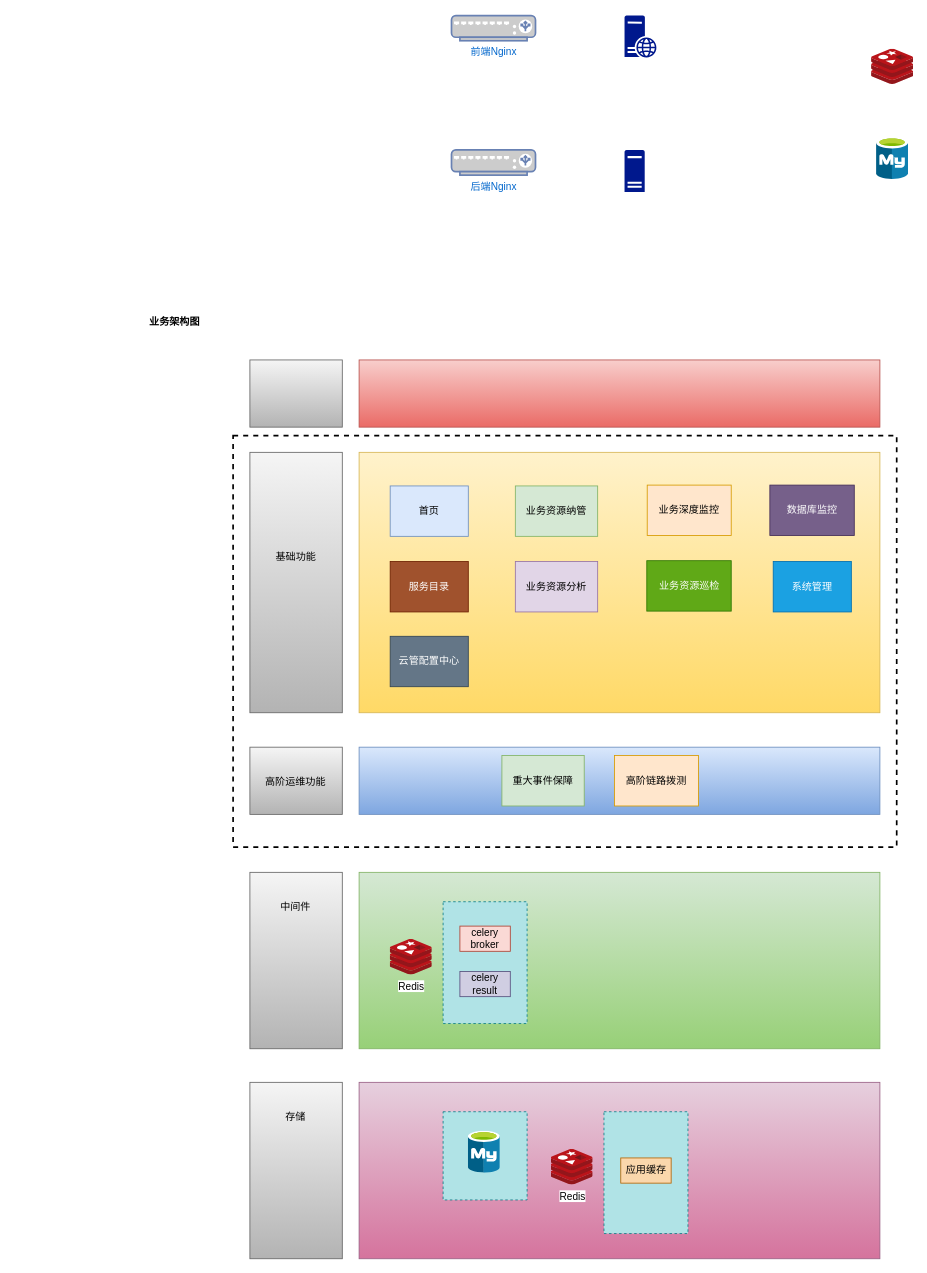
Before: 云管家.drawio in WilliamWanCN/WilliamWanCN.github.io, a draw.io diagram. Source tidied: cells renumbered, new cells numbered last; positions are measured from the earlier drawing's top-left corner, leaving out a move shared by most shapes. Both pictures are drawn from the tidied source at 84%, with x=0, y=0 at pixel (140, 15). Pictures stored in the file or linked from it are replaced by grey dashed boxes.
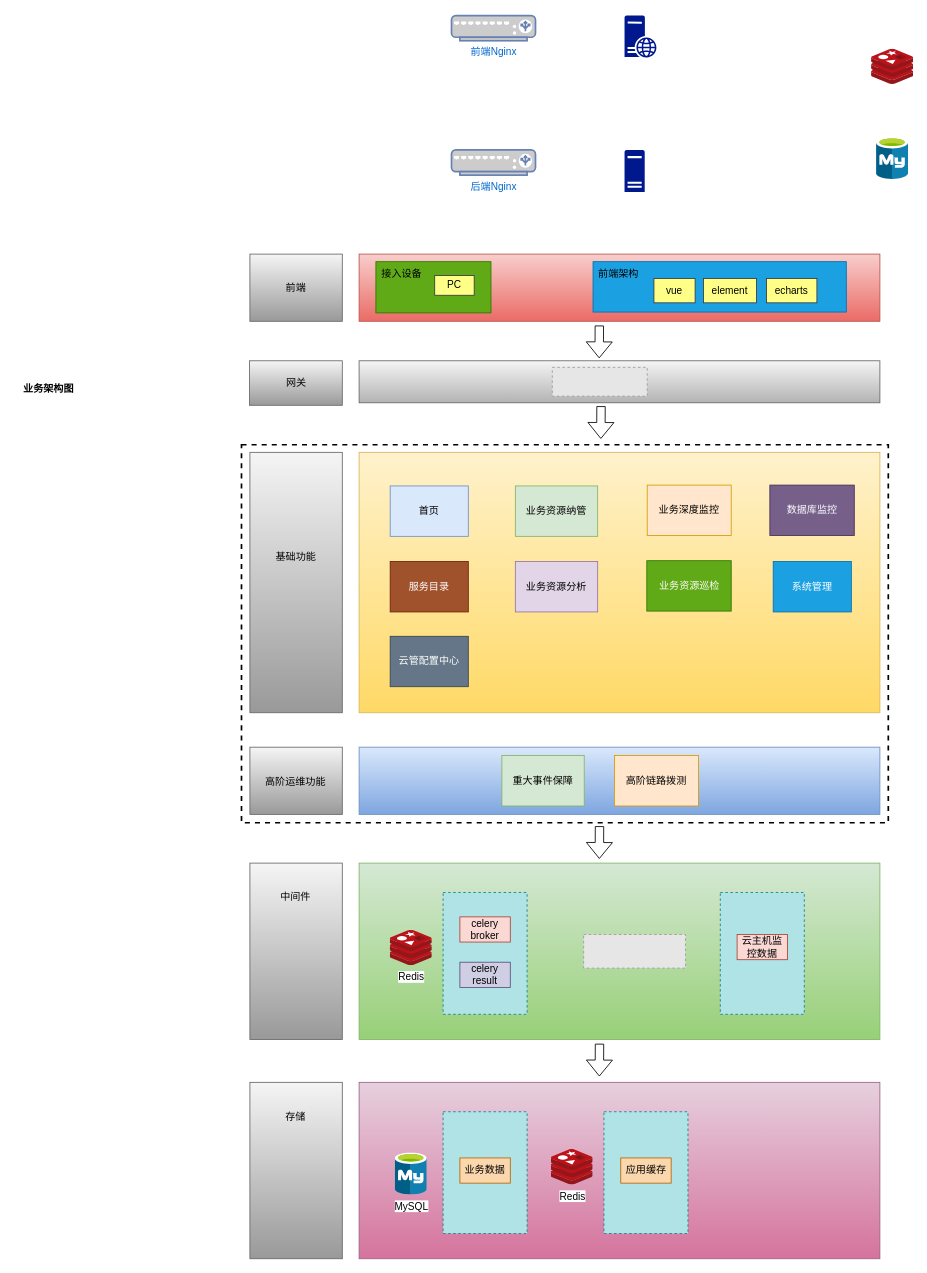
The same page after the edit.

Commit message:
更新云管家.drawio

Diff of the diagram source:
```diff
@@
     <mxCell id="2" style="rounded=0;whiteSpace=wrap;html=1;fillColor=#d5e8d4;gradientColor=#97d077;strokeColor=#82b366;" parent="1" vertex="1">
-      <mxGeometry x="260" y="1020" width="620" height="210" as="geometry" />
+      <mxGeometry x="260" y="1009" width="620" height="210" as="geometry" />
     </mxCell>
     <mxCell id="3" style="rounded=0;whiteSpace=wrap;html=1;dashed=1;strokeWidth=2;" parent="1" vertex="1">
-      <mxGeometry x="110" y="500" width="790" height="490" as="geometry" />
+      <mxGeometry x="120" y="511" width="770" height="450" as="geometry" />
     </mxCell>
@@
-    <mxCell id="5" style="rounded=0;whiteSpace=wrap;html=1;fillColor=#f5f5f5;strokeColor=#666666;gradientColor=#b3b3b3;" parent="1" vertex="1">
-      <mxGeometry x="130" y="410" width="110" height="80" as="geometry" />
+    <mxCell id="5" value="前端" style="rounded=0;whiteSpace=wrap;html=1;fillColor=#f5f5f5;strokeColor=#666666;gradientColor=#999999;" parent="1" vertex="1">
+      <mxGeometry x="130" y="284" width="110" height="80" as="geometry" />
     </mxCell>
-    <mxCell id="6" style="rounded=0;whiteSpace=wrap;html=1;fillColor=#f5f5f5;gradientColor=#b3b3b3;strokeColor=#666666;" parent="1" vertex="1">
+    <mxCell id="6" style="rounded=0;whiteSpace=wrap;html=1;fillColor=#f5f5f5;gradientColor=#999999;strokeColor=#666666;" parent="1" vertex="1">
       <mxGeometry x="130" y="871" width="110" height="80" as="geometry" />
     </mxCell>
-    <mxCell id="7" style="rounded=0;whiteSpace=wrap;html=1;fillColor=#f5f5f5;gradientColor=#b3b3b3;strokeColor=#666666;" parent="1" vertex="1">
+    <mxCell id="7" style="rounded=0;whiteSpace=wrap;html=1;fillColor=#f5f5f5;gradientColor=#999999;strokeColor=#666666;" parent="1" vertex="1">
       <mxGeometry x="130" y="520" width="110" height="310" as="geometry" />
     </mxCell>
@@
     <mxCell id="14" value="&lt;b&gt;业务架构图&lt;/b&gt;" style="text;html=1;align=center;verticalAlign=middle;strokeColor=none;fillColor=none;" parent="1" vertex="1">
-      <mxGeometry y="350" width="80" height="30" as="geometry" />
+      <mxGeometry x="-150" y="430" width="80" height="30" as="geometry" />
     </mxCell>
     <mxCell id="15" style="rounded=0;whiteSpace=wrap;html=1;fillColor=#f8cecc;gradientColor=#ea6b66;strokeColor=#b85450;" parent="1" vertex="1">
-      <mxGeometry x="260" y="410" width="620" height="80" as="geometry" />
+      <mxGeometry x="260" y="284" width="620" height="80" as="geometry" />
     </mxCell>
@@
-    <mxCell id="30" style="rounded=0;whiteSpace=wrap;html=1;fillColor=#f5f5f5;gradientColor=#b3b3b3;strokeColor=#666666;" parent="1" vertex="1">
-      <mxGeometry x="130" y="1020" width="110" height="210" as="geometry" />
+    <mxCell id="30" style="rounded=0;whiteSpace=wrap;html=1;fillColor=#f5f5f5;gradientColor=#999999;strokeColor=#666666;" parent="1" vertex="1">
+      <mxGeometry x="130" y="1009" width="110" height="210" as="geometry" />
     </mxCell>
     <mxCell id="31" value="中间件" style="text;html=1;strokeColor=none;fillColor=none;align=center;verticalAlign=middle;whiteSpace=wrap;rounded=0;" parent="1" vertex="1">
-      <mxGeometry x="147" y="1043" width="75" height="35" as="geometry" />
+      <mxGeometry x="147" y="1032" width="75" height="35" as="geometry" />
     </mxCell>
     <mxCell id="32" value="Redis" style="image;sketch=0;html=1;align=center;fontSize=12;image=img/lib/mscae/Cache_Redis_Product.svg;" parent="1" vertex="1">
-      <mxGeometry x="297" y="1100" width="50" height="42" as="geometry" />
+      <mxGeometry x="297" y="1089" width="50" height="42" as="geometry" />
     </mxCell>
     <mxCell id="33" style="rounded=0;whiteSpace=wrap;html=1;dashed=1;fillColor=#b0e3e6;strokeColor=#0e8088;" parent="1" vertex="1">
-      <mxGeometry x="360" y="1055" width="100" height="145" as="geometry" />
+      <mxGeometry x="360" y="1044" width="100" height="145" as="geometry" />
     </mxCell>
     <mxCell id="34" value="celery broker" style="rounded=0;whiteSpace=wrap;html=1;fillColor=#fad9d5;strokeColor=#ae4132;" parent="1" vertex="1">
-      <mxGeometry x="380" y="1084" width="60" height="30" as="geometry" />
+      <mxGeometry x="380" y="1073" width="60" height="30" as="geometry" />
     </mxCell>
     <mxCell id="35" value="celery result" style="rounded=0;whiteSpace=wrap;html=1;fillColor=#d0cee2;strokeColor=#56517e;" parent="1" vertex="1">
-      <mxGeometry x="380" y="1138" width="60" height="30" as="geometry" />
+      <mxGeometry x="380" y="1127" width="60" height="30" as="geometry" />
     </mxCell>
@@
-    <mxCell id="37" style="rounded=0;whiteSpace=wrap;html=1;fillColor=#f5f5f5;gradientColor=#b3b3b3;strokeColor=#666666;" parent="1" vertex="1">
+    <mxCell id="37" style="rounded=0;whiteSpace=wrap;html=1;fillColor=#f5f5f5;gradientColor=#999999;strokeColor=#666666;" parent="1" vertex="1">
       <mxGeometry x="130" y="1270" width="110" height="210" as="geometry" />
     </mxCell>
@@
     <mxCell id="39" style="rounded=0;whiteSpace=wrap;html=1;dashed=1;fillColor=#b0e3e6;strokeColor=#0e8088;" parent="1" vertex="1">
-      <mxGeometry x="360" y="1305" width="100" height="105" as="geometry" />
+      <mxGeometry x="360" y="1305" width="100" height="145" as="geometry" />
     </mxCell>
-    <mxCell id="40" style="image;sketch=0;html=1;align=center;fontSize=12;image=img/lib/mscae/Azure_Database_for_MySQL_servers.svg;" parent="1" vertex="1">
-      <mxGeometry x="390" y="1328" width="38" height="50" as="geometry" />
+    <mxCell id="40" value="MySQL" style="image;sketch=0;html=1;align=center;fontSize=12;image=img/lib/mscae/Azure_Database_for_MySQL_servers.svg;" parent="1" vertex="1">
+      <mxGeometry x="303" y="1354" width="38" height="50" as="geometry" />
     </mxCell>
@@
+    <mxCell id="44" value="业务数据" style="rounded=0;whiteSpace=wrap;html=1;fillColor=#fad7ac;strokeColor=#b46504;" parent="1" vertex="1">
+      <mxGeometry x="380" y="1360" width="60" height="30" as="geometry" />
+    </mxCell>
+    <mxCell id="45" style="fillColor=#E6E6E6;strokeColor=#999999;dashed=1;verticalLabelPosition=bottom;labelBackgroundColor=default;verticalAlign=top;" parent="1" vertex="1">
+      <mxGeometry x="527.3" y="1094" width="121.3" height="40" as="geometry" />
+    </mxCell>
+    <mxCell id="46" style="rounded=0;whiteSpace=wrap;html=1;dashed=1;fillColor=#b0e3e6;strokeColor=#0e8088;" parent="1" vertex="1">
+      <mxGeometry x="690" y="1044" width="100" height="145" as="geometry" />
+    </mxCell>
+    <mxCell id="47" value="云主机监控数据" style="rounded=0;whiteSpace=wrap;html=1;fillColor=#fad9d5;strokeColor=#ae4132;" parent="1" vertex="1">
+      <mxGeometry x="710" y="1094" width="60" height="30" as="geometry" />
+    </mxCell>
+    <mxCell id="48" style="rounded=0;whiteSpace=wrap;html=1;fillColor=#f5f5f5;gradientColor=#b3b3b3;strokeColor=#666666;" parent="1" vertex="1">
+      <mxGeometry x="260" y="411" width="620" height="50" as="geometry" />
+    </mxCell>
+    <mxCell id="49" value="网关" style="rounded=0;whiteSpace=wrap;html=1;fillColor=#f5f5f5;strokeColor=#666666;gradientColor=#999999;" parent="1" vertex="1">
+      <mxGeometry x="129.5" y="411" width="110.5" height="53" as="geometry" />
+    </mxCell>
+    <mxCell id="50" style="rounded=0;whiteSpace=wrap;html=1;fillColor=#60a917;fontColor=#ffffff;strokeColor=#2D7600;" parent="1" vertex="1">
+      <mxGeometry x="280" y="293" width="137" height="61" as="geometry" />
+    </mxCell>
+    <mxCell id="51" value="PC" style="rounded=0;whiteSpace=wrap;html=1;fillColor=#ffff88;strokeColor=#36393d;" parent="1" vertex="1">
+      <mxGeometry x="350" y="309.5" width="47" height="23.5" as="geometry" />
+    </mxCell>
+    <mxCell id="52" value="接入设备" style="text;html=1;strokeColor=none;fillColor=none;align=center;verticalAlign=middle;whiteSpace=wrap;rounded=0;" parent="1" vertex="1">
+      <mxGeometry x="281" y="293" width="60" height="30" as="geometry" />
+    </mxCell>
+    <mxCell id="53" style="rounded=0;whiteSpace=wrap;html=1;fillColor=#1ba1e2;fontColor=#ffffff;strokeColor=#006EAF;" parent="1" vertex="1">
+      <mxGeometry x="538.5" y="293" width="301.5" height="60" as="geometry" />
+    </mxCell>
+    <mxCell id="54" value="vue" style="rounded=0;whiteSpace=wrap;html=1;fillColor=#ffff88;strokeColor=#36393d;" parent="1" vertex="1">
+      <mxGeometry x="611" y="313" width="49" height="29" as="geometry" />
+    </mxCell>
+    <mxCell id="55" value="element" style="rounded=0;whiteSpace=wrap;html=1;fillColor=#ffff88;strokeColor=#36393d;" parent="1" vertex="1">
+      <mxGeometry x="670" y="313" width="63" height="29" as="geometry" />
+    </mxCell>
+    <mxCell id="56" value="echarts" style="rounded=0;whiteSpace=wrap;html=1;fillColor=#ffff88;strokeColor=#36393d;" parent="1" vertex="1">
+      <mxGeometry x="745" y="313" width="60" height="29" as="geometry" />
+    </mxCell>
+    <mxCell id="57" value="前端架构" style="text;html=1;strokeColor=none;fillColor=none;align=center;verticalAlign=middle;whiteSpace=wrap;rounded=0;" parent="1" vertex="1">
+      <mxGeometry x="538.5" y="293" width="60" height="30" as="geometry" />
+    </mxCell>
+    <mxCell id="58" style="fillColor=#E6E6E6;strokeColor=#999999;dashed=1;verticalLabelPosition=bottom;labelBackgroundColor=default;verticalAlign=top;" parent="1" vertex="1">
+      <mxGeometry x="490" y="418.8" width="113" height="34.3" as="geometry" />
+    </mxCell>
+    <mxCell id="59" style="shape=flexArrow;endArrow=classic;html=1;rounded=0;entryX=0.461;entryY=-0.08;entryDx=0;entryDy=0;entryPerimeter=0;" parent="1" edge="1">
+      <mxGeometry relative="1" as="geometry">
+        <mxPoint x="546" y="369" as="sourcePoint" />
+        <mxPoint x="545.8" y="408" as="targetPoint" />
+      </mxGeometry>
+    </mxCell>
+    <mxCell id="60" style="shape=flexArrow;endArrow=classic;html=1;rounded=0;entryX=0.461;entryY=-0.08;entryDx=0;entryDy=0;entryPerimeter=0;" parent="1" edge="1">
+      <mxGeometry relative="1" as="geometry">
+        <mxPoint x="548" y="465" as="sourcePoint" />
+        <mxPoint x="547.8" y="504" as="targetPoint" />
+      </mxGeometry>
+    </mxCell>
+    <mxCell id="61" style="shape=flexArrow;endArrow=classic;html=1;rounded=0;entryX=0.461;entryY=-0.08;entryDx=0;entryDy=0;entryPerimeter=0;" parent="1" edge="1">
+      <mxGeometry relative="1" as="geometry">
+        <mxPoint x="546.2" y="965" as="sourcePoint" />
+        <mxPoint x="546" y="1004" as="targetPoint" />
+      </mxGeometry>
+    </mxCell>
+    <mxCell id="62" style="shape=flexArrow;endArrow=classic;html=1;rounded=0;entryX=0.461;entryY=-0.08;entryDx=0;entryDy=0;entryPerimeter=0;" parent="1" edge="1">
+      <mxGeometry relative="1" as="geometry">
+        <mxPoint x="546.2" y="1224" as="sourcePoint" />
+        <mxPoint x="546" y="1263" as="targetPoint" />
+      </mxGeometry>
+    </mxCell>
```
